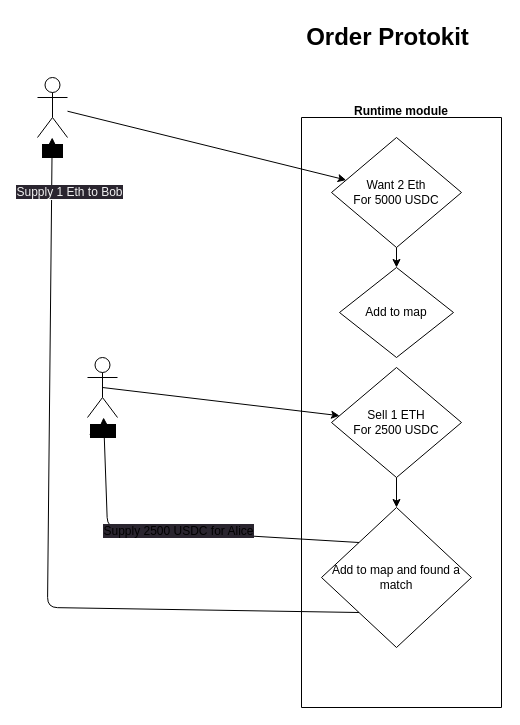
Before: packages/contracts/order-protokit.drawio in Lumina-DEX/lumina-permissioned, a draw.io diagram. Source tidied: cells renumbered, new cells numbered last; positions are measured from the earlier drawing's top-left corner, leaving out a move shared by most shapes. Both pictures are drawn from the tidied source at 100%, with x=0, y=0 at pixel (37, 17).
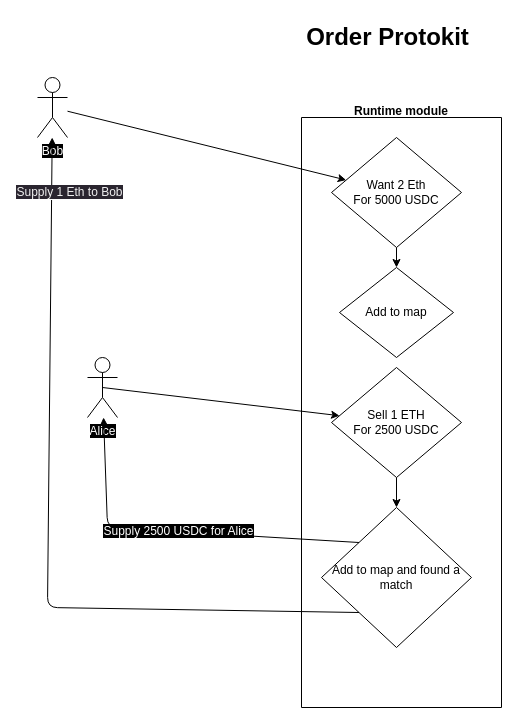
The same diagram, later.

Diff of the diagram source:
```diff
@@
 <mxGraphModel>
   <root>
     <mxCell id="0" />
     <mxCell id="1" parent="0" />
-    <mxCell id="2" value="&lt;span style=&quot;background-color: rgb(0, 0, 0);&quot;&gt;Bob&lt;/span&gt;" style="shape=umlActor;verticalLabelPosition=bottom;verticalAlign=top;html=1;outlineConnect=0;" parent="1" vertex="1">
+    <mxCell id="2" value="&lt;font style=&quot;background-color: rgb(0, 0, 0);&quot; color=&quot;#ffffff&quot;&gt;Bob&lt;/font&gt;" style="shape=umlActor;verticalLabelPosition=bottom;verticalAlign=top;html=1;outlineConnect=0;" parent="1" vertex="1">
       <mxGeometry y="60" width="30" height="60" as="geometry" />
     </mxCell>
-    <mxCell id="3" value="&lt;span style=&quot;background-color: rgb(0, 0, 0);&quot;&gt;Alice&lt;/span&gt;" style="shape=umlActor;verticalLabelPosition=bottom;verticalAlign=top;html=1;outlineConnect=0;" parent="1" vertex="1">
+    <mxCell id="3" value="&lt;span style=&quot;background-color: rgb(0, 0, 0);&quot;&gt;&lt;font color=&quot;#ffffff&quot;&gt;Alice&lt;/font&gt;&lt;/span&gt;" style="shape=umlActor;verticalLabelPosition=bottom;verticalAlign=top;html=1;outlineConnect=0;" parent="1" vertex="1">
       <mxGeometry x="50" y="340" width="30" height="60" as="geometry" />
     </mxCell>
     <mxCell id="4" style="endArrow=classic;html=1;" parent="1" edge="1" source="2" target="6">
       <mxGeometry relative="1" as="geometry" />
     </mxCell>
     <mxCell id="5" value="Runtime module&#10;" style="swimlane;startSize=0;" parent="1" vertex="1">
       <mxGeometry x="264" y="100" width="200" height="590" as="geometry" />
     </mxCell>
     <mxCell id="6" value="Want 2 Eth&lt;br&gt;For 5000 USDC&lt;br&gt;" style="rhombus;whiteSpace=wrap;html=1;" parent="5" vertex="1">
       <mxGeometry x="30" y="20" width="130" height="110" as="geometry" />
     </mxCell>
     <mxCell id="7" value="Sell 1 ETH&lt;br&gt;For 2500 USDC" style="rhombus;whiteSpace=wrap;html=1;" parent="5" vertex="1">
       <mxGeometry x="30" y="250" width="130" height="110" as="geometry" />
     </mxCell>
     <mxCell id="8" value="Add to map and found a match" style="rhombus;whiteSpace=wrap;html=1;" parent="5" vertex="1">
       <mxGeometry x="20" y="390" width="150" height="140" as="geometry" />
     </mxCell>
     <mxCell id="9" value="Add to map" style="rhombus;whiteSpace=wrap;html=1;" parent="5" vertex="1">
       <mxGeometry x="38" y="150" width="114" height="90" as="geometry" />
     </mxCell>
     <mxCell id="10" style="endArrow=classic;html=1;exitX=0.5;exitY=1;exitDx=0;exitDy=0;entryX=0.5;entryY=0;entryDx=0;entryDy=0;" parent="5" edge="1" source="7" target="8">
       <mxGeometry relative="1" as="geometry" />
     </mxCell>
     <mxCell id="11" style="endArrow=classic;html=1;exitX=0.5;exitY=1;exitDx=0;exitDy=0;entryX=0.5;entryY=0;entryDx=0;entryDy=0;" parent="5" edge="1" source="6" target="9">
       <mxGeometry relative="1" as="geometry" />
     </mxCell>
     <mxCell id="12" style="endArrow=classic;html=1;exitX=0.5;exitY=0.5;exitDx=0;exitDy=0;exitPerimeter=0;" parent="1" edge="1" source="3" target="7">
       <mxGeometry relative="1" as="geometry" />
     </mxCell>
-    <mxCell id="13" value="&lt;span style=&quot;font-size: 12px; font-weight: 400; background-color: rgb(42, 37, 47);&quot;&gt;Supply 2500 USDC for Alice&lt;/span&gt;" style="endArrow=classic;html=1;fontStyle=1;exitX=0;exitY=0;exitDx=0;exitDy=0;" parent="1" edge="1" source="8" target="3">
+    <mxCell id="13" value="&lt;span style=&quot;font-size: 12px; font-weight: 400; background-color: rgb(0, 0, 0);&quot;&gt;&lt;font style=&quot;&quot; color=&quot;#ffffff&quot;&gt;Supply 2500 USDC for Alice&lt;/font&gt;&lt;/span&gt;" style="endArrow=classic;html=1;fontStyle=1;exitX=0;exitY=0;exitDx=0;exitDy=0;" parent="1" edge="1" source="8" target="3">
       <mxGeometry relative="1" as="geometry">
         <Array as="points">
           <mxPoint x="70" y="510" />
         </Array>
       </mxGeometry>
     </mxCell>
     <mxCell id="14" value="&lt;span style=&quot;color: rgb(240, 240, 240); font-family: Helvetica; font-size: 12px; font-style: normal; font-variant-ligatures: normal; font-variant-caps: normal; font-weight: 400; letter-spacing: normal; orphans: 2; text-align: center; text-indent: 0px; text-transform: none; widows: 2; word-spacing: 0px; -webkit-text-stroke-width: 0px; background-color: rgb(42, 37, 47); text-decoration-thickness: initial; text-decoration-style: initial; text-decoration-color: initial; float: none; display: inline !important;&quot;&gt;Supply 1 Eth to Bob&lt;/span&gt;&lt;br style=&quot;border-color: rgb(0, 0, 0); color: rgb(240, 240, 240); font-family: Helvetica; font-size: 12px; font-style: normal; font-variant-ligatures: normal; font-variant-caps: normal; font-weight: 400; letter-spacing: normal; orphans: 2; text-align: center; text-indent: 0px; text-transform: none; widows: 2; word-spacing: 0px; -webkit-text-stroke-width: 0px; background-color: rgb(42, 37, 47); text-decoration-thickness: initial; text-decoration-style: initial; text-decoration-color: initial;&quot;&gt;" style="endArrow=classic;html=1;exitX=0;exitY=1;exitDx=0;exitDy=0;" parent="1" edge="1" source="8" target="2">
       <mxGeometry x="0.86" y="-18" relative="1" as="geometry">
         <Array as="points">
           <mxPoint x="10" y="590" />
         </Array>
       </mxGeometry>
     </mxCell>
     <mxCell id="15" value="Order Protokit&lt;br&gt;" style="text;strokeColor=none;fillColor=none;html=1;fontSize=24;fontStyle=1;verticalAlign=middle;align=center;" parent="1" vertex="1">
       <mxGeometry x="300" width="100" height="40" as="geometry" />
     </mxCell>
   </root>
 </mxGraphModel>
```
